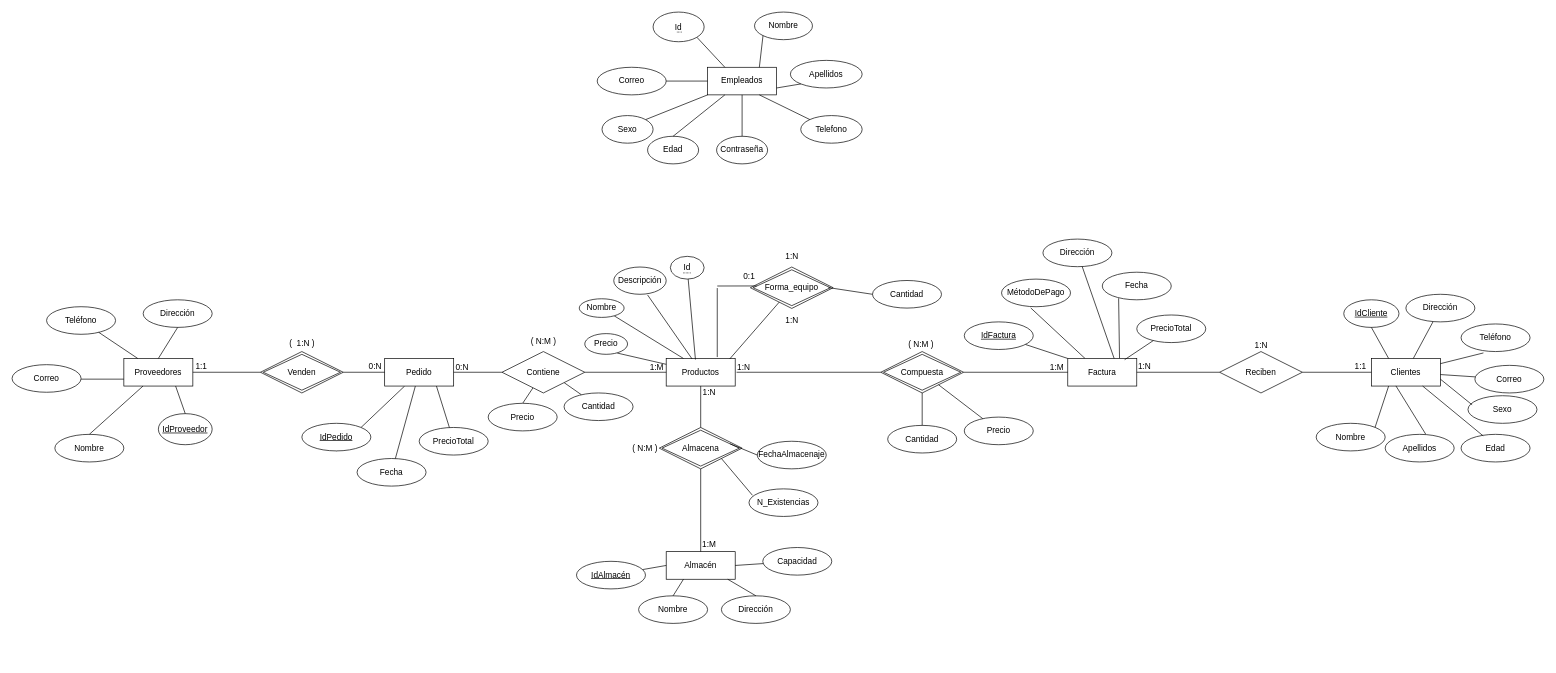
huertin03/ERP-HardSpot keeps this draw.io diagram as page "Page-1" (1 of 2) of Untitled Diagram.drawio. Above is the earlier version. Source tidied: cells renumbered, new cells numbered last; positions are measured from the earlier drawing's top-left corner, leaving out a move shared by most shapes. Both pictures are drawn from the tidied source at 69%, with x=0, y=0 at pixel (12, 12).
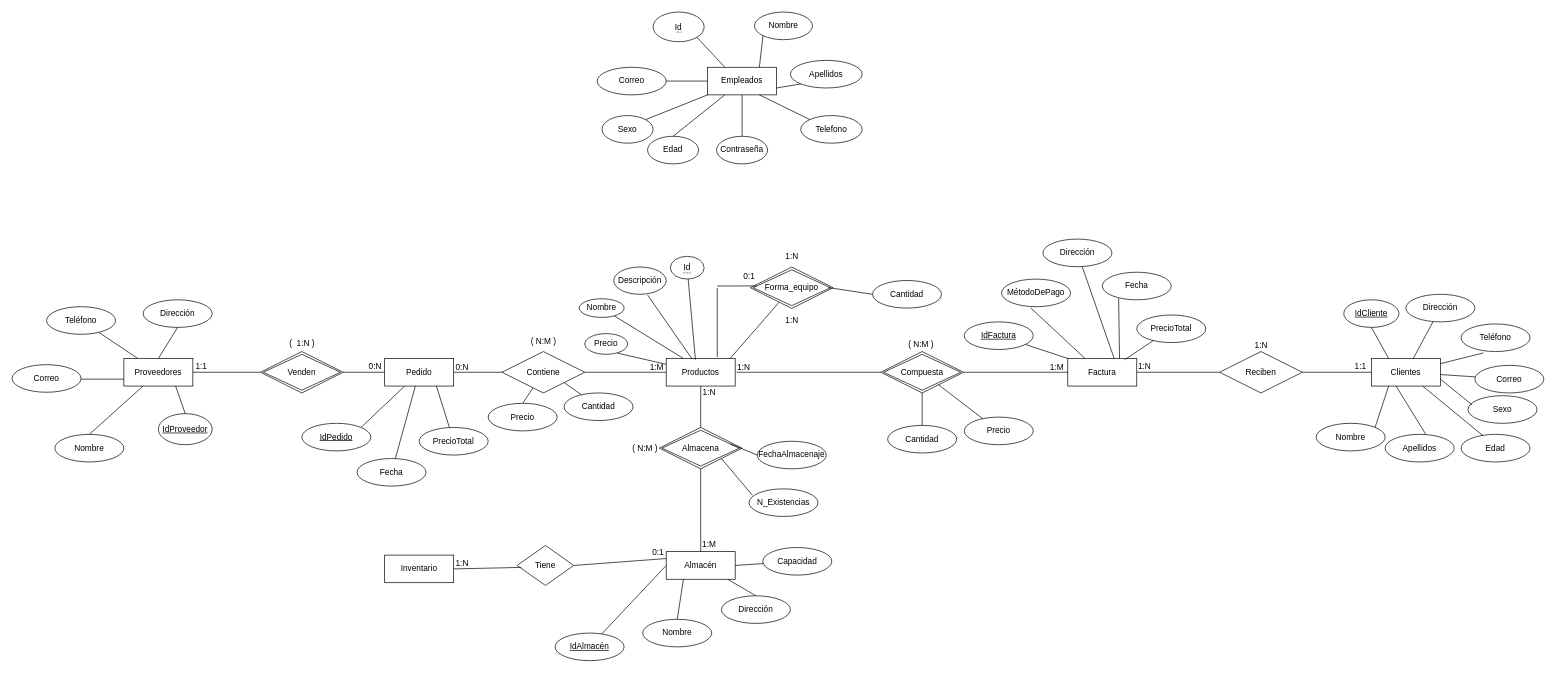
The same diagram, later.

The change refers to these unchanged cells:
```xml
<mxCell id="3" value="Almacén" style="whiteSpace=wrap;html=1;align=center;" parent="1" vertex="1">
  <mxGeometry x="948" y="782" width="100" height="40" as="geometry" />
</mxCell>
```

What changed in the source:
```diff
@@
     <mxCell id="30" value="IdAlmacén" style="ellipse;whiteSpace=wrap;html=1;align=center;fontStyle=4;" parent="1" vertex="1">
-      <mxGeometry x="818" y="796" width="100" height="40" as="geometry" />
+      <mxGeometry x="787" y="900" width="100" height="40" as="geometry" />
     </mxCell>
     <mxCell id="31" value="Nombre" style="ellipse;whiteSpace=wrap;html=1;align=center;" parent="1" vertex="1">
-      <mxGeometry x="908" y="846" width="100" height="40" as="geometry" />
+      <mxGeometry x="914" y="880" width="100" height="40" as="geometry" />
     </mxCell>
@@
+    <mxCell id="134" value="Inventario" style="whiteSpace=wrap;html=1;align=center;" parent="1" vertex="1">
+      <mxGeometry x="540" y="787" width="100" height="40" as="geometry" />
+    </mxCell>
+    <mxCell id="135" style="endArrow=none;html=1;rounded=0;entryX=0;entryY=0.25;entryDx=0;entryDy=0;exitX=1;exitY=0.5;exitDx=0;exitDy=0;" parent="1" edge="1" source="136" target="3">
+      <mxGeometry relative="1" as="geometry" />
+    </mxCell>
+    <mxCell id="136" value="Tiene" style="shape=rhombus;perimeter=rhombusPerimeter;whiteSpace=wrap;html=1;align=center;" parent="1" vertex="1">
+      <mxGeometry x="732" y="773" width="82" height="58" as="geometry" />
+    </mxCell>
+    <mxCell id="137" style="endArrow=none;html=1;rounded=0;entryX=0.073;entryY=0.549;entryDx=0;entryDy=0;exitX=1;exitY=0.5;exitDx=0;exitDy=0;entryPerimeter=0;" parent="1" edge="1" source="134" target="136">
+      <mxGeometry relative="1" as="geometry" />
+    </mxCell>
+    <mxCell id="138" value="0:1" style="text;html=1;align=center;verticalAlign=middle;strokeColor=none;fillColor=none;" parent="1" vertex="1">
+      <mxGeometry x="916" y="769" width="40" height="30" as="geometry" />
+    </mxCell>
+    <mxCell id="139" value="1:N" style="text;html=1;align=center;verticalAlign=middle;strokeColor=none;fillColor=none;" parent="1" vertex="1">
+      <mxGeometry x="632" y="784" width="40" height="30" as="geometry" />
+    </mxCell>
```
